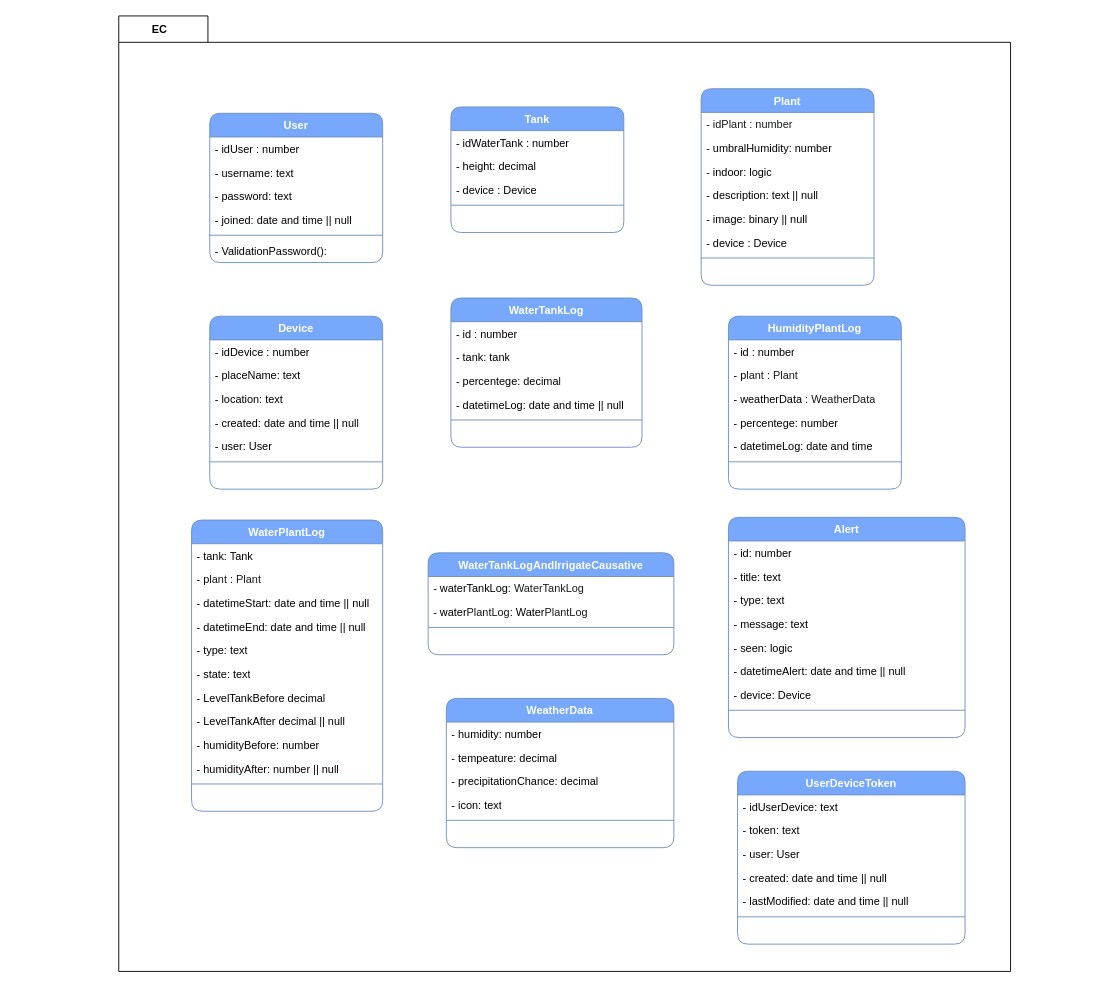
Earlier version of the draw.io diagram Diagramas/ArquitecturaEnCapas.drawio (Agustin15/AquaControl). Source tidied: cells renumbered, new cells numbered last; positions are measured from the earlier drawing's top-left corner, leaving out a move shared by most shapes. Both pictures are drawn from the tidied source at 91%, with x=0, y=0 at pixel (118, 15).
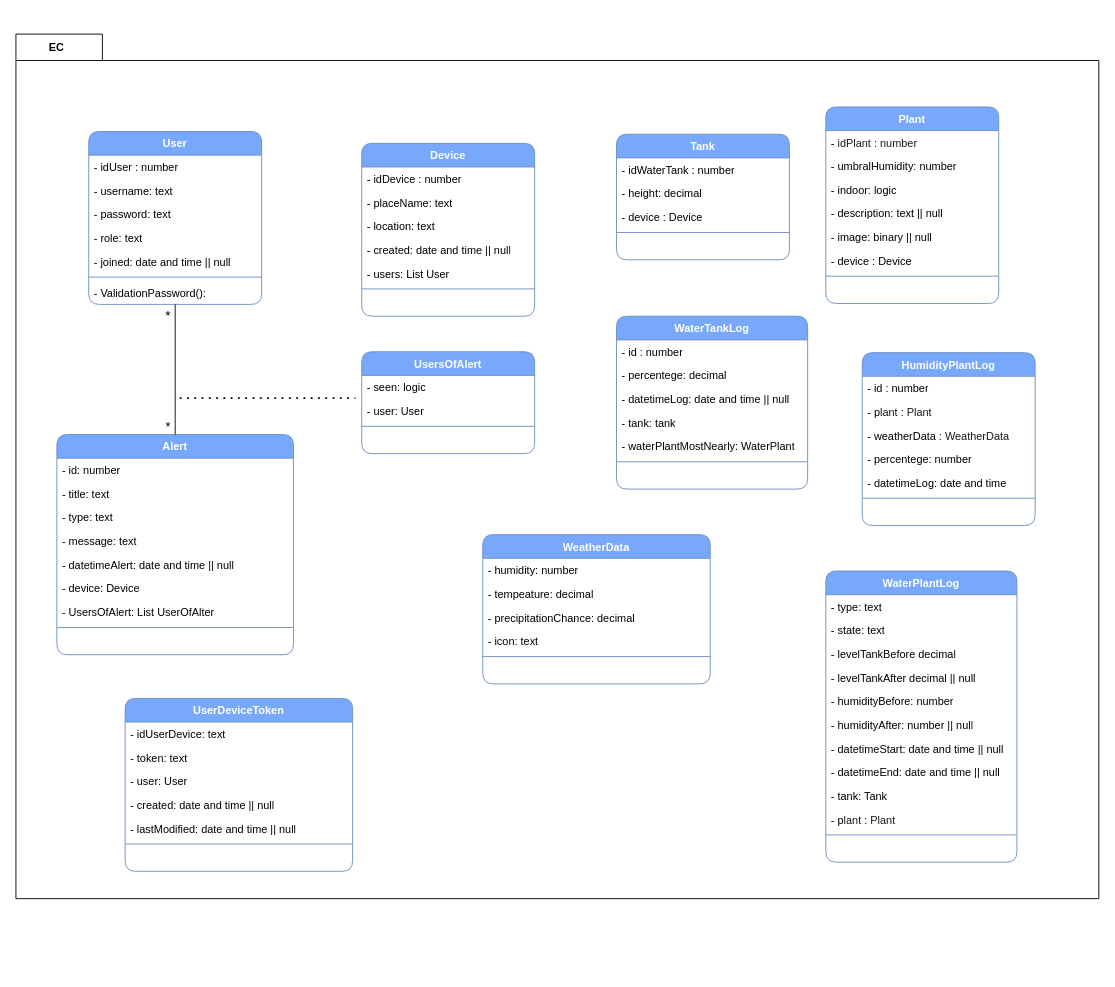
Above is the later version.

Change to the diagram source:
```diff
@@
     <mxCell id="2" style="shape=folder;fontStyle=1;spacingTop=10;tabWidth=86;tabHeight=29;tabPosition=left;html=1;whiteSpace=wrap;" parent="1" vertex="1">
-      <mxGeometry width="980" height="1050" as="geometry" />
+      <mxGeometry x="-113" y="20" width="1190" height="950" as="geometry" />
     </mxCell>
     <mxCell id="3" value="&lt;font style=&quot;color: rgb(255, 255, 255);&quot;&gt;WaterTankLog&lt;/font&gt;" style="swimlane;fontStyle=1;align=center;verticalAlign=top;horizontal=1;startSize=26;whiteSpace=wrap;html=1;rounded=1;fillColor=#77A8FC;strokeColor=#6c8ebf;" parent="1" vertex="1">
-      <mxGeometry x="365" y="310" width="210" height="164" as="geometry" />
+      <mxGeometry x="547" y="330" width="210" height="190" as="geometry" />
     </mxCell>
@@
-    <mxCell id="5" value="-&amp;nbsp;tank: tank" style="text;strokeColor=none;fillColor=none;align=left;verticalAlign=top;spacingLeft=4;spacingRight=4;overflow=hidden;whiteSpace=wrap;html=1;" parent="3" vertex="1">
-      <mxGeometry y="52" width="210" height="26" as="geometry" />
-    </mxCell>
     <mxCell id="6" value="-&amp;nbsp;percentege: decimal" style="text;strokeColor=none;fillColor=none;align=left;verticalAlign=top;spacingLeft=4;spacingRight=4;overflow=hidden;whiteSpace=wrap;html=1;" parent="3" vertex="1">
-      <mxGeometry y="78" width="210" height="26" as="geometry" />
+      <mxGeometry y="52" width="210" height="26" as="geometry" />
     </mxCell>
     <mxCell id="7" value="-&amp;nbsp;datetimeLog: date and time || null" style="text;strokeColor=none;fillColor=none;align=left;verticalAlign=top;spacingLeft=4;spacingRight=4;overflow=hidden;whiteSpace=wrap;html=1;" parent="3" vertex="1">
-      <mxGeometry y="104" width="210" height="26" as="geometry" />
+      <mxGeometry y="78" width="210" height="26" as="geometry" />
     </mxCell>
+    <mxCell id="5" value="-&amp;nbsp;tank: tank" style="text;strokeColor=none;fillColor=none;align=left;verticalAlign=top;spacingLeft=4;spacingRight=4;overflow=hidden;whiteSpace=wrap;html=1;" parent="3" vertex="1">
+      <mxGeometry y="104" width="210" height="26" as="geometry" />
+    </mxCell>
+    <mxCell id="92" value="- waterPlantMostNearly: WaterPlant" style="text;strokeColor=none;fillColor=none;align=left;verticalAlign=top;spacingLeft=4;spacingRight=4;overflow=hidden;whiteSpace=wrap;html=1;" parent="3" vertex="1">
+      <mxGeometry y="130" width="210" height="26" as="geometry" />
+    </mxCell>
     <mxCell id="8" style="line;strokeWidth=1;fillColor=none;align=left;verticalAlign=middle;spacingTop=-1;spacingLeft=3;spacingRight=3;labelPosition=right;strokeColor=inherit;" parent="3" vertex="1">
-      <mxGeometry y="130" width="210" height="8" as="geometry" />
+      <mxGeometry y="156" width="210" height="8" as="geometry" />
     </mxCell>
     <mxCell id="9" value="&amp;nbsp;" style="text;strokeColor=none;fillColor=none;align=left;verticalAlign=top;spacingLeft=4;spacingRight=4;overflow=hidden;whiteSpace=wrap;html=1;" parent="3" vertex="1">
-      <mxGeometry y="138" width="210" height="26" as="geometry" />
+      <mxGeometry y="164" width="210" height="26" as="geometry" />
     </mxCell>
     <mxCell id="10" value="&lt;font style=&quot;color: rgb(255, 255, 255);&quot;&gt;HumidityPlantLog&lt;/font&gt;" style="swimlane;fontStyle=1;align=center;verticalAlign=top;horizontal=1;startSize=26;whiteSpace=wrap;html=1;rounded=1;fillColor=#77A8FC;strokeColor=#6c8ebf;" parent="1" vertex="1">
-      <mxGeometry x="670" y="330" width="190" height="190" as="geometry" />
+      <mxGeometry x="817" y="370" width="190" height="190" as="geometry" />
     </mxCell>
@@
     <mxCell id="18" value="&lt;font style=&quot;color: rgb(255, 255, 255);&quot;&gt;WaterPlantLog&lt;/font&gt;" style="swimlane;fontStyle=1;align=center;verticalAlign=top;horizontal=1;startSize=26;whiteSpace=wrap;html=1;rounded=1;fillColor=#77A8FC;strokeColor=#6c8ebf;" parent="1" vertex="1">
-      <mxGeometry x="80" y="554" width="210" height="320" as="geometry" />
+      <mxGeometry x="777" y="610" width="210" height="320" as="geometry" />
     </mxCell>
-    <mxCell id="19" value="-&amp;nbsp;tank: Tank&amp;nbsp;" style="text;strokeColor=none;fillColor=none;align=left;verticalAlign=top;spacingLeft=4;spacingRight=4;overflow=hidden;whiteSpace=wrap;html=1;" parent="18" vertex="1">
-      <mxGeometry y="26" width="210" height="26" as="geometry" />
-    </mxCell>
-    <mxCell id="20" value="-&amp;nbsp;&lt;span style=&quot;color: rgb(26, 26, 26); text-align: center;&quot;&gt;&lt;span style=&quot;color: rgb(0, 0, 0); text-align: left;&quot;&gt;p&lt;/span&gt;lant&lt;/span&gt;&amp;nbsp;:&amp;nbsp;&lt;span style=&quot;color: rgb(26, 26, 26); text-align: center;&quot;&gt;Plant&lt;/span&gt;" style="text;strokeColor=none;fillColor=none;align=left;verticalAlign=top;spacingLeft=4;spacingRight=4;overflow=hidden;whiteSpace=wrap;html=1;" parent="18" vertex="1">
-      <mxGeometry y="52" width="210" height="26" as="geometry" />
-    </mxCell>
-    <mxCell id="21" value="-&amp;nbsp;datetimeStart: date and time || null" style="text;strokeColor=none;fillColor=none;align=left;verticalAlign=top;spacingLeft=4;spacingRight=4;overflow=hidden;whiteSpace=wrap;html=1;" parent="18" vertex="1">
-      <mxGeometry y="78" width="210" height="26" as="geometry" />
-    </mxCell>
-    <mxCell id="22" value="-&amp;nbsp;datetimeEnd: date and time || null" style="text;strokeColor=none;fillColor=none;align=left;verticalAlign=top;spacingLeft=4;spacingRight=4;overflow=hidden;whiteSpace=wrap;html=1;" parent="18" vertex="1">
-      <mxGeometry y="104" width="210" height="26" as="geometry" />
-    </mxCell>
     <mxCell id="23" value="-&amp;nbsp;type: text" style="text;strokeColor=none;fillColor=none;align=left;verticalAlign=top;spacingLeft=4;spacingRight=4;overflow=hidden;whiteSpace=wrap;html=1;" parent="18" vertex="1">
-      <mxGeometry y="130" width="210" height="26" as="geometry" />
+      <mxGeometry y="26" width="210" height="26" as="geometry" />
     </mxCell>
     <mxCell id="24" value="-&amp;nbsp;state: text" style="text;strokeColor=none;fillColor=none;align=left;verticalAlign=top;spacingLeft=4;spacingRight=4;overflow=hidden;whiteSpace=wrap;html=1;" parent="18" vertex="1">
-      <mxGeometry y="156" width="210" height="26" as="geometry" />
+      <mxGeometry y="52" width="210" height="26" as="geometry" />
     </mxCell>
-    <mxCell id="25" value="- LevelTankBefore decimal" style="text;strokeColor=none;fillColor=none;align=left;verticalAlign=top;spacingLeft=4;spacingRight=4;overflow=hidden;whiteSpace=wrap;html=1;" parent="18" vertex="1">
-      <mxGeometry y="182" width="210" height="26" as="geometry" />
+    <mxCell id="25" value="- levelTankBefore decimal" style="text;strokeColor=none;fillColor=none;align=left;verticalAlign=top;spacingLeft=4;spacingRight=4;overflow=hidden;whiteSpace=wrap;html=1;" parent="18" vertex="1">
+      <mxGeometry y="78" width="210" height="26" as="geometry" />
     </mxCell>
-    <mxCell id="26" value="- LevelTankAfter decimal || null" style="text;strokeColor=none;fillColor=none;align=left;verticalAlign=top;spacingLeft=4;spacingRight=4;overflow=hidden;whiteSpace=wrap;html=1;" parent="18" vertex="1">
-      <mxGeometry y="208" width="210" height="26" as="geometry" />
+    <mxCell id="26" value="- levelTankAfter decimal || null" style="text;strokeColor=none;fillColor=none;align=left;verticalAlign=top;spacingLeft=4;spacingRight=4;overflow=hidden;whiteSpace=wrap;html=1;" parent="18" vertex="1">
+      <mxGeometry y="104" width="210" height="26" as="geometry" />
     </mxCell>
     <mxCell id="27" value="-&amp;nbsp;humidityBefore: number" style="text;strokeColor=none;fillColor=none;align=left;verticalAlign=top;spacingLeft=4;spacingRight=4;overflow=hidden;whiteSpace=wrap;html=1;" parent="18" vertex="1">
-      <mxGeometry y="234" width="210" height="26" as="geometry" />
+      <mxGeometry y="130" width="210" height="26" as="geometry" />
     </mxCell>
     <mxCell id="28" value="-&amp;nbsp;humidityAfter: number || null" style="text;strokeColor=none;fillColor=none;align=left;verticalAlign=top;spacingLeft=4;spacingRight=4;overflow=hidden;whiteSpace=wrap;html=1;" parent="18" vertex="1">
-      <mxGeometry y="260" width="210" height="26" as="geometry" />
+      <mxGeometry y="156" width="210" height="26" as="geometry" />
     </mxCell>
+    <mxCell id="21" value="-&amp;nbsp;datetimeStart: date and time || null" style="text;strokeColor=none;fillColor=none;align=left;verticalAlign=top;spacingLeft=4;spacingRight=4;overflow=hidden;whiteSpace=wrap;html=1;" parent="18" vertex="1">
+      <mxGeometry y="182" width="210" height="26" as="geometry" />
+    </mxCell>
+    <mxCell id="22" value="-&amp;nbsp;datetimeEnd: date and time || null" style="text;strokeColor=none;fillColor=none;align=left;verticalAlign=top;spacingLeft=4;spacingRight=4;overflow=hidden;whiteSpace=wrap;html=1;" parent="18" vertex="1">
+      <mxGeometry y="208" width="210" height="26" as="geometry" />
+    </mxCell>
+    <mxCell id="19" value="-&amp;nbsp;tank: Tank&amp;nbsp;" style="text;strokeColor=none;fillColor=none;align=left;verticalAlign=top;spacingLeft=4;spacingRight=4;overflow=hidden;whiteSpace=wrap;html=1;" parent="18" vertex="1">
+      <mxGeometry y="234" width="210" height="26" as="geometry" />
+    </mxCell>
+    <mxCell id="20" value="-&amp;nbsp;&lt;span style=&quot;color: rgb(26, 26, 26); text-align: center;&quot;&gt;&lt;span style=&quot;color: rgb(0, 0, 0); text-align: left;&quot;&gt;p&lt;/span&gt;lant&lt;/span&gt;&amp;nbsp;:&amp;nbsp;&lt;span style=&quot;color: rgb(26, 26, 26); text-align: center;&quot;&gt;Plant&lt;/span&gt;" style="text;strokeColor=none;fillColor=none;align=left;verticalAlign=top;spacingLeft=4;spacingRight=4;overflow=hidden;whiteSpace=wrap;html=1;" parent="18" vertex="1">
+      <mxGeometry y="260" width="210" height="26" as="geometry" />
+    </mxCell>
@@
     <mxCell id="31" value="&lt;font style=&quot;color: rgb(255, 255, 255);&quot;&gt;Alert&lt;/font&gt;" style="swimlane;fontStyle=1;align=center;verticalAlign=top;horizontal=1;startSize=26;whiteSpace=wrap;html=1;rounded=1;fillColor=#77A8FC;strokeColor=#6c8ebf;" parent="1" vertex="1">
-      <mxGeometry x="670" y="551" width="260" height="242" as="geometry" />
+      <mxGeometry x="-68" y="460" width="260" height="242" as="geometry" />
     </mxCell>
@@
-    <mxCell id="36" value="-&amp;nbsp;seen: logic" style="text;strokeColor=none;fillColor=none;align=left;verticalAlign=top;spacingLeft=4;spacingRight=4;overflow=hidden;whiteSpace=wrap;html=1;" parent="31" vertex="1">
-      <mxGeometry y="130" width="260" height="26" as="geometry" />
-    </mxCell>
     <mxCell id="37" value="-&amp;nbsp;datetimeAlert: date and time || null" style="text;strokeColor=none;fillColor=none;align=left;verticalAlign=top;spacingLeft=4;spacingRight=4;overflow=hidden;whiteSpace=wrap;html=1;" parent="31" vertex="1">
-      <mxGeometry y="156" width="260" height="26" as="geometry" />
+      <mxGeometry y="130" width="260" height="26" as="geometry" />
     </mxCell>
     <mxCell id="38" value="- device: Device" style="text;strokeColor=none;fillColor=none;align=left;verticalAlign=top;spacingLeft=4;spacingRight=4;overflow=hidden;whiteSpace=wrap;html=1;" parent="31" vertex="1">
-      <mxGeometry y="182" width="260" height="26" as="geometry" />
+      <mxGeometry y="156" width="260" height="26" as="geometry" />
     </mxCell>
+    <mxCell id="93" value="- UsersOfAlert: List UserOfAlter" style="text;strokeColor=none;fillColor=none;align=left;verticalAlign=top;spacingLeft=4;spacingRight=4;overflow=hidden;whiteSpace=wrap;html=1;" parent="31" vertex="1">
+      <mxGeometry y="182" width="260" height="26" as="geometry" />
+    </mxCell>
@@
     <mxCell id="41" value="&lt;b&gt;EC&lt;/b&gt;" style="text;html=1;align=center;verticalAlign=middle;whiteSpace=wrap;rounded=0;" parent="1" vertex="1">
-      <mxGeometry width="90" height="30" as="geometry" />
+      <mxGeometry x="-113" y="20" width="90" height="30" as="geometry" />
     </mxCell>
     <mxCell id="42" value="&lt;font style=&quot;color: rgb(255, 255, 255);&quot;&gt;Tank&lt;/font&gt;" style="swimlane;fontStyle=1;align=center;verticalAlign=top;horizontal=1;startSize=26;whiteSpace=wrap;html=1;rounded=1;fillColor=#77A8FC;strokeColor=#6c8ebf;" parent="1" vertex="1">
-      <mxGeometry x="365" y="100" width="190" height="138" as="geometry" />
+      <mxGeometry x="547" y="130" width="190" height="138" as="geometry" />
     </mxCell>
@@
     <mxCell id="48" value="&lt;span style=&quot;color: rgb(255, 255, 255);&quot;&gt;Plant&lt;/span&gt;" style="swimlane;fontStyle=1;align=center;verticalAlign=top;horizontal=1;startSize=26;whiteSpace=wrap;html=1;rounded=1;fillColor=#77A8FC;strokeColor=#6c8ebf;" parent="1" vertex="1">
-      <mxGeometry x="640" y="80" width="190" height="216" as="geometry" />
+      <mxGeometry x="777" y="100" width="190" height="216" as="geometry" />
     </mxCell>
@@
     <mxCell id="57" value="&lt;font color=&quot;#ffffff&quot;&gt;User&lt;/font&gt;" style="swimlane;fontStyle=1;align=center;verticalAlign=top;horizontal=1;startSize=26;whiteSpace=wrap;html=1;rounded=1;fillColor=#77A8FC;strokeColor=#6c8ebf;" parent="1" vertex="1">
-      <mxGeometry x="100" y="107" width="190" height="164" as="geometry" />
+      <mxGeometry x="-33" y="127" width="190" height="190" as="geometry" />
     </mxCell>
@@
+    <mxCell id="94" value="- role: text" style="text;strokeColor=none;fillColor=none;align=left;verticalAlign=top;spacingLeft=4;spacingRight=4;overflow=hidden;whiteSpace=wrap;html=1;" parent="57" vertex="1">
+      <mxGeometry y="104" width="190" height="26" as="geometry" />
+    </mxCell>
     <mxCell id="61" value="- joined: date and time || null" style="text;strokeColor=none;fillColor=none;align=left;verticalAlign=top;spacingLeft=4;spacingRight=4;overflow=hidden;whiteSpace=wrap;html=1;" parent="57" vertex="1">
-      <mxGeometry y="104" width="190" height="26" as="geometry" />
+      <mxGeometry y="130" width="190" height="26" as="geometry" />
     </mxCell>
     <mxCell id="62" style="line;strokeWidth=1;fillColor=none;align=left;verticalAlign=middle;spacingTop=-1;spacingLeft=3;spacingRight=3;labelPosition=right;strokeColor=inherit;" parent="57" vertex="1">
-      <mxGeometry y="130" width="190" height="8" as="geometry" />
+      <mxGeometry y="156" width="190" height="8" as="geometry" />
     </mxCell>
     <mxCell id="63" value="-&amp;nbsp;ValidationPassword():" style="text;strokeColor=none;fillColor=none;align=left;verticalAlign=top;spacingLeft=4;spacingRight=4;overflow=hidden;whiteSpace=wrap;html=1;" parent="57" vertex="1">
-      <mxGeometry y="138" width="190" height="26" as="geometry" />
+      <mxGeometry y="164" width="190" height="26" as="geometry" />
     </mxCell>
     <mxCell id="64" value="&lt;font color=&quot;#ffffff&quot;&gt;Device&lt;/font&gt;" style="swimlane;fontStyle=1;align=center;verticalAlign=top;horizontal=1;startSize=26;whiteSpace=wrap;html=1;rounded=1;fillColor=#77A8FC;strokeColor=#6c8ebf;" parent="1" vertex="1">
-      <mxGeometry x="100" y="330" width="190" height="190" as="geometry" />
+      <mxGeometry x="267" y="140" width="190" height="190" as="geometry" />
     </mxCell>
@@
-    <mxCell id="69" value="- user: User" style="text;strokeColor=none;fillColor=none;align=left;verticalAlign=top;spacingLeft=4;spacingRight=4;overflow=hidden;whiteSpace=wrap;html=1;" parent="64" vertex="1">
-      <mxGeometry y="130" width="190" height="26" as="geometry" />
-    </mxCell>
+    <mxCell id="95" value="- users: List User" style="text;strokeColor=none;fillColor=none;align=left;verticalAlign=top;spacingLeft=4;spacingRight=4;overflow=hidden;whiteSpace=wrap;html=1;" parent="64" vertex="1">
+      <mxGeometry y="130" width="190" height="26" as="geometry" />
+    </mxCell>
@@
-    <mxCell id="72" value="&lt;font style=&quot;color: rgb(255, 255, 255);&quot;&gt;WaterTankLogAndIrrigateCausative&lt;/font&gt;" style="swimlane;fontStyle=1;align=center;verticalAlign=top;horizontal=1;startSize=26;whiteSpace=wrap;html=1;rounded=1;fillColor=#77A8FC;strokeColor=#6c8ebf;" parent="1" vertex="1">
-      <mxGeometry x="340" y="590" width="270" height="112" as="geometry" />
-    </mxCell>
-    <mxCell id="73" value="&lt;div style=&quot;text-align: center;&quot;&gt;&lt;span style=&quot;background-color: transparent; color: light-dark(rgb(0, 0, 0), rgb(255, 255, 255));&quot;&gt;- waterTankLog&lt;/span&gt;&lt;span style=&quot;background-color: transparent; color: light-dark(rgb(0, 0, 0), rgb(255, 255, 255));&quot;&gt;: &lt;/span&gt;&lt;span style=&quot;background-color: transparent;&quot;&gt;&lt;font color=&quot;#1a1a1a&quot;&gt;WaterTankLog&lt;/font&gt;&lt;/span&gt;&lt;/div&gt;" style="text;strokeColor=none;fillColor=none;align=left;verticalAlign=top;spacingLeft=4;spacingRight=4;overflow=hidden;whiteSpace=wrap;html=1;" parent="72" vertex="1">
-      <mxGeometry y="26" width="270" height="26" as="geometry" />
-    </mxCell>
-    <mxCell id="74" value="&lt;div style=&quot;text-align: left;&quot;&gt;&lt;span style=&quot;background-color: transparent; color: light-dark(rgb(0, 0, 0), rgb(255, 255, 255));&quot;&gt;- water&lt;/span&gt;&lt;span style=&quot;color: rgb(26, 26, 26); text-align: center; background-color: transparent;&quot;&gt;PlantLog&lt;/span&gt;&lt;span style=&quot;background-color: transparent; color: light-dark(rgb(0, 0, 0), rgb(255, 255, 255));&quot;&gt;: W&lt;/span&gt;&lt;span style=&quot;background-color: transparent; color: light-dark(rgb(0, 0, 0), rgb(255, 255, 255));&quot;&gt;ater&lt;/span&gt;&lt;span style=&quot;background-color: transparent; color: rgb(26, 26, 26); text-align: center;&quot;&gt;PlantLog&lt;/span&gt;&lt;/div&gt;" style="text;strokeColor=none;fillColor=none;align=left;verticalAlign=top;spacingLeft=4;spacingRight=4;overflow=hidden;whiteSpace=wrap;html=1;" parent="72" vertex="1">
-      <mxGeometry y="52" width="270" height="26" as="geometry" />
-    </mxCell>
-    <mxCell id="75" style="line;strokeWidth=1;fillColor=none;align=left;verticalAlign=middle;spacingTop=-1;spacingLeft=3;spacingRight=3;labelPosition=right;strokeColor=inherit;" parent="72" vertex="1">
-      <mxGeometry y="78" width="270" height="8" as="geometry" />
-    </mxCell>
-    <mxCell id="76" value="&amp;nbsp;" style="text;strokeColor=none;fillColor=none;align=left;verticalAlign=top;spacingLeft=4;spacingRight=4;overflow=hidden;whiteSpace=wrap;html=1;" parent="72" vertex="1">
-      <mxGeometry y="86" width="270" height="26" as="geometry" />
-    </mxCell>
     <mxCell id="77" value="&lt;font style=&quot;color: rgb(255, 255, 255);&quot;&gt;WeatherData&lt;/font&gt;" style="swimlane;fontStyle=1;align=center;verticalAlign=top;horizontal=1;startSize=26;whiteSpace=wrap;html=1;rounded=1;fillColor=#77A8FC;strokeColor=#6c8ebf;" parent="1" vertex="1">
-      <mxGeometry x="360" y="750" width="250" height="164" as="geometry" />
+      <mxGeometry x="400" y="570" width="250" height="164" as="geometry" />
     </mxCell>
@@
     <mxCell id="84" value="&lt;font color=&quot;#ffffff&quot;&gt;UserDeviceToken&lt;/font&gt;" style="swimlane;fontStyle=1;align=center;verticalAlign=top;horizontal=1;startSize=26;whiteSpace=wrap;html=1;rounded=1;fillColor=#77A8FC;strokeColor=#6c8ebf;" parent="1" vertex="1">
-      <mxGeometry x="680" y="830" width="250" height="190" as="geometry" />
+      <mxGeometry x="7" y="750" width="250" height="190" as="geometry" />
     </mxCell>
@@
+    <mxCell id="96" value="&lt;font color=&quot;#ffffff&quot;&gt;UsersOfAlert&lt;/font&gt;" style="swimlane;fontStyle=1;align=center;verticalAlign=top;horizontal=1;startSize=26;whiteSpace=wrap;html=1;rounded=1;fillColor=#77A8FC;strokeColor=#6c8ebf;" parent="1" vertex="1">
+      <mxGeometry x="267" y="369" width="190" height="112" as="geometry" />
+    </mxCell>
+    <mxCell id="36" value="- seen: logic" style="text;strokeColor=none;fillColor=none;align=left;verticalAlign=top;spacingLeft=4;spacingRight=4;overflow=hidden;whiteSpace=wrap;html=1;" parent="96" vertex="1">
+      <mxGeometry y="26" width="190" height="26" as="geometry" />
+    </mxCell>
+    <mxCell id="69" value="- user: User" style="text;strokeColor=none;fillColor=none;align=left;verticalAlign=top;spacingLeft=4;spacingRight=4;overflow=hidden;whiteSpace=wrap;html=1;" parent="96" vertex="1">
+      <mxGeometry y="52" width="190" height="26" as="geometry" />
+    </mxCell>
+    <mxCell id="97" style="line;strokeWidth=1;fillColor=none;align=left;verticalAlign=middle;spacingTop=-1;spacingLeft=3;spacingRight=3;labelPosition=right;strokeColor=inherit;" parent="96" vertex="1">
+      <mxGeometry y="78" width="190" height="8" as="geometry" />
+    </mxCell>
+    <mxCell id="98" value="&amp;nbsp;" style="text;strokeColor=none;fillColor=none;align=left;verticalAlign=top;spacingLeft=4;spacingRight=4;overflow=hidden;whiteSpace=wrap;html=1;" parent="96" vertex="1">
+      <mxGeometry y="86" width="190" height="26" as="geometry" />
+    </mxCell>
+    <mxCell id="99" style="endArrow=none;html=1;rounded=0;entryX=0.5;entryY=1;entryDx=0;entryDy=0;exitX=0.5;exitY=0;exitDx=0;exitDy=0;" parent="1" edge="1" source="31" target="57">
+      <mxGeometry relative="1" as="geometry" />
+    </mxCell>
+    <mxCell id="100" style="endArrow=none;dashed=1;html=1;dashPattern=1 3;strokeWidth=2;rounded=0;" parent="1" edge="1">
+      <mxGeometry relative="1" as="geometry">
+        <mxPoint x="67" y="420" as="sourcePoint" />
+        <mxPoint x="260" y="420" as="targetPoint" />
+      </mxGeometry>
+    </mxCell>
+    <mxCell id="101" value="&lt;font style=&quot;font-size: 15px;&quot;&gt;*&lt;/font&gt;" style="text;html=1;whiteSpace=wrap;strokeColor=none;fillColor=none;align=center;verticalAlign=middle;rounded=0;" parent="1" vertex="1">
+      <mxGeometry x="47" y="320" width="15" height="17" as="geometry" />
+    </mxCell>
+    <mxCell id="102" value="&lt;font style=&quot;font-size: 14px;&quot;&gt;*&lt;/font&gt;" style="text;html=1;whiteSpace=wrap;strokeColor=none;fillColor=none;align=center;verticalAlign=middle;rounded=0;" parent="1" vertex="1">
+      <mxGeometry x="47" y="443" width="15" height="17" as="geometry" />
+    </mxCell>
```
